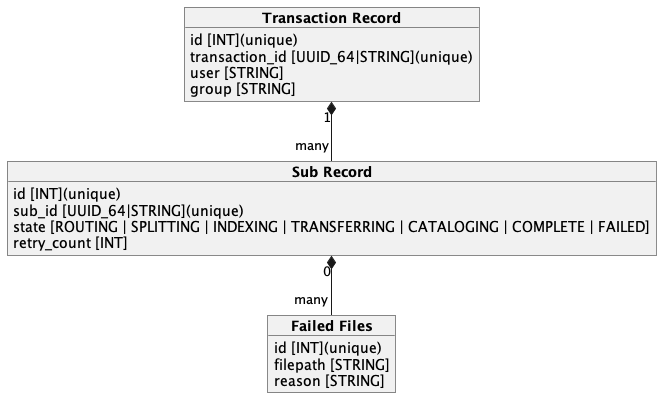
Before: docs/spec/uml/monitor_db.png, a diagram exported from PlantUML (cedadev/nlds).
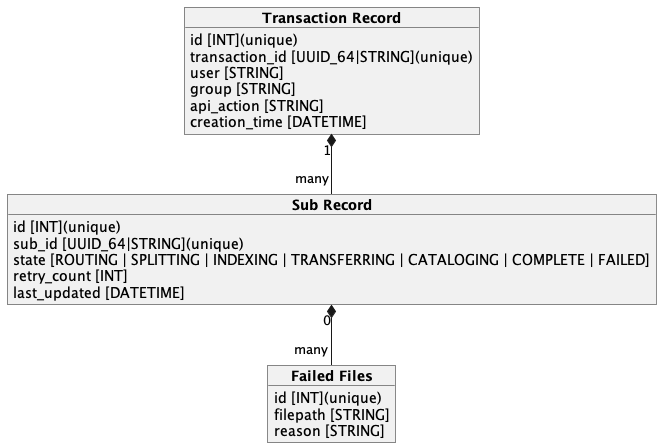
The same diagram one commit later.

Commit message:
Update monitoring db diagram with new fields

What changed in the source:
```diff
@@ -5,6 +5,8 @@
     transaction_id [UUID_64|STRING](unique)
     user [STRING]
     group [STRING]
+    api_action [STRING]
+    creation_time [DATETIME]
 }
 
 object "**Sub Record**" as sub_rec {
@@ -12,6 +14,7 @@
     sub_id [UUID_64|STRING](unique)
     state [ROUTING | SPLITTING | INDEXING | TRANSFERRING | CATALOGING | COMPLETE | FAILED]
     retry_count [INT]
+    last_updated [DATETIME]
 }
 
 object "**Failed Files**" as fail_rec {
```
